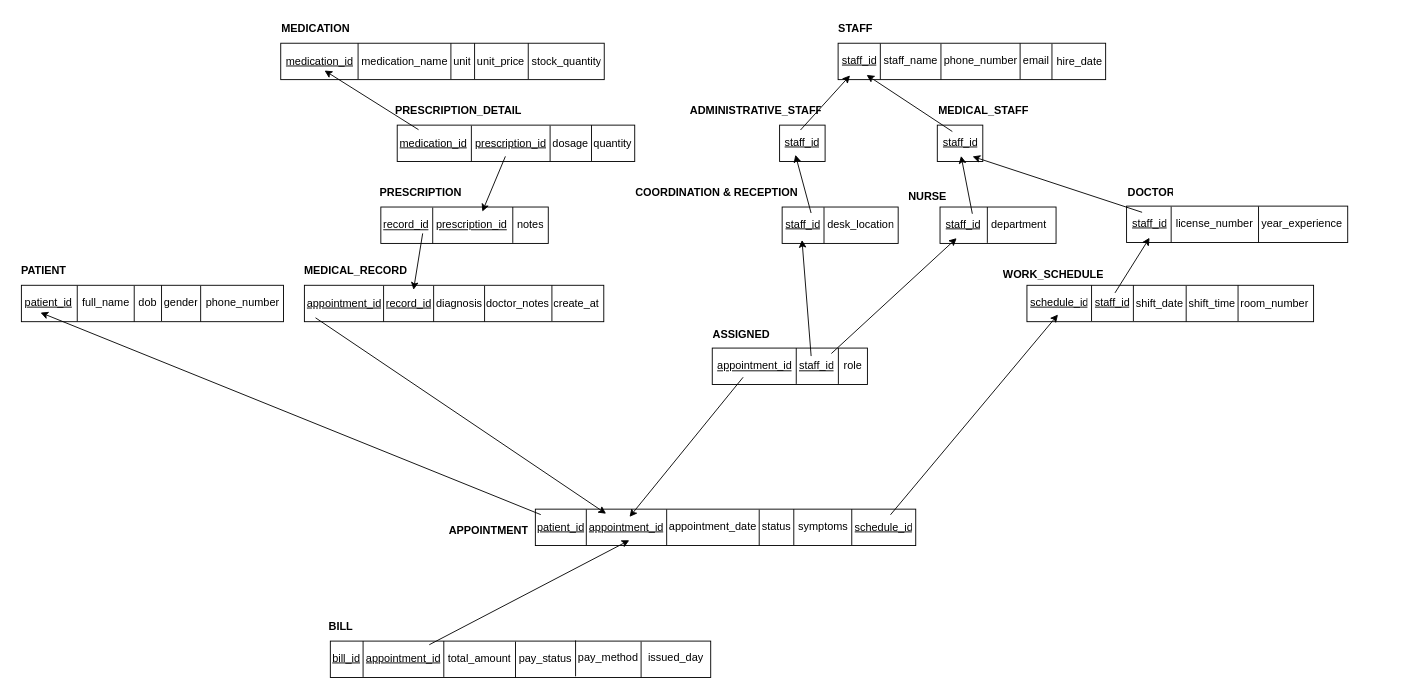
This is Telemedicine_RS.drawio from Cinzogoni/Database_Telemedicine, a draw.io file, before an edit. Source tidied: cells renumbered, new cells numbered last; positions are measured from the earlier drawing's top-left corner, leaving out a move shared by most shapes. Both pictures are drawn from the tidied source at 91%, with x=0, y=0 at pixel (15, 15).
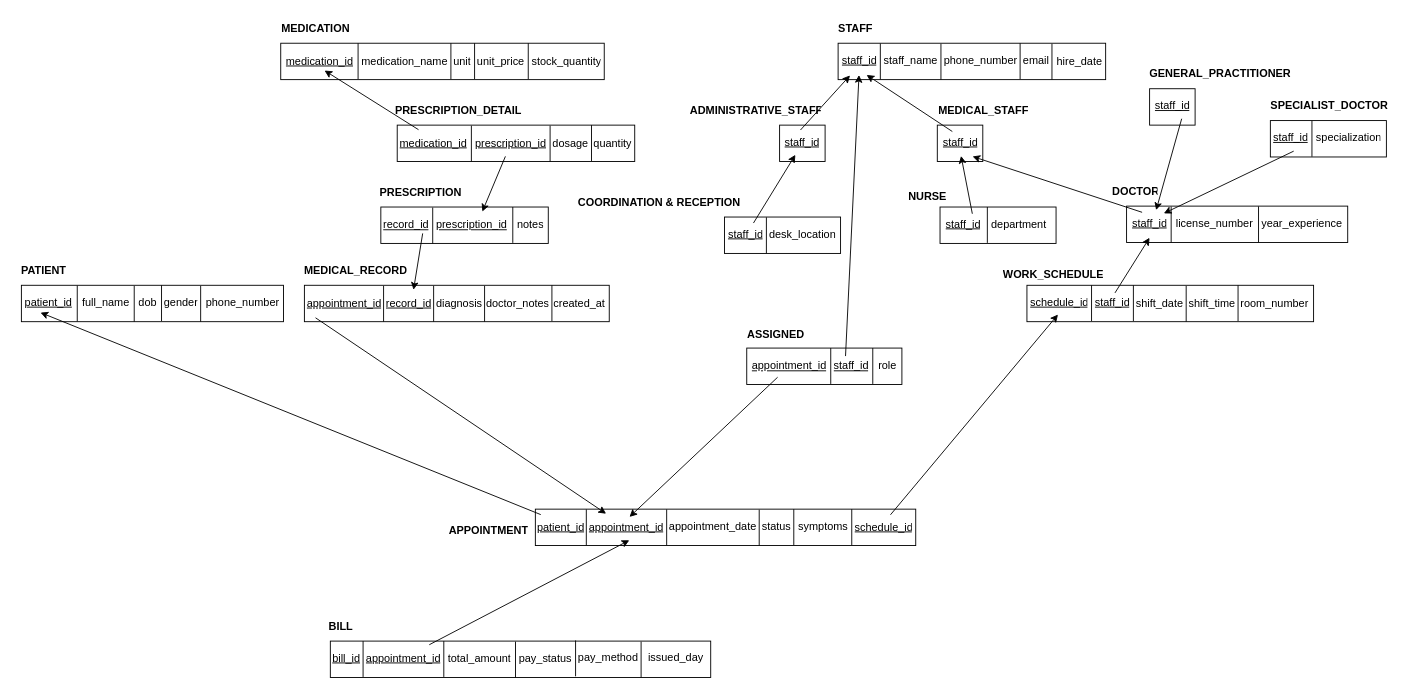
Above is the later version.

The change refers to these unchanged cells:
```xml
<mxCell id="70" value="&lt;u&gt;staff_id&lt;/u&gt;" style="text;strokeColor=none;fillColor=none;spacingLeft=4;spacingRight=4;overflow=hidden;points=[[0,0.5],[1,0.5]];portConstraint=eastwest;fontSize=12;whiteSpace=wrap;html=1;" parent="1" vertex="1">
  <mxGeometry x="901.5" y="35" width="73" height="30" as="geometry" />
</mxCell>
<mxCell id="88" value="&lt;u&gt;staff_id&lt;/u&gt;" style="text;strokeColor=none;fillColor=none;spacingLeft=4;spacingRight=4;overflow=hidden;points=[[0,0.5],[1,0.5]];portConstraint=eastwest;fontSize=12;whiteSpace=wrap;html=1;" parent="1" vertex="1">
  <mxGeometry x="1220.5" y="214" width="50" height="30" as="geometry" />
</mxCell>
<mxCell id="89" value="&lt;u&gt;staff_id&lt;/u&gt;" style="text;strokeColor=none;fillColor=none;spacingLeft=4;spacingRight=4;overflow=hidden;points=[[0,0.5],[1,0.5]];portConstraint=eastwest;fontSize=12;whiteSpace=wrap;html=1;" parent="1" vertex="1">
  <mxGeometry x="1015.5" y="215" width="50" height="30" as="geometry" />
</mxCell>
```

What changed in the source:
```diff
@@
     <mxCell id="25" style="rounded=0;whiteSpace=wrap;html=1;" parent="1" vertex="1">
-      <mxGeometry x="317" y="296" width="329" height="40" as="geometry" />
+      <mxGeometry x="317" y="296" width="335" height="40" as="geometry" />
     </mxCell>
@@
-    <mxCell id="35" value="create_at" style="text;strokeColor=none;fillColor=none;spacingLeft=4;spacingRight=4;overflow=hidden;fontSize=12;whiteSpace=wrap;html=1;strokeWidth=8;verticalAlign=middle;textShadow=0;labelBorderColor=none;" parent="1" vertex="1">
-      <mxGeometry x="585" y="301" width="61" height="30" as="geometry" />
+    <mxCell id="35" value="created_at" style="text;strokeColor=none;fillColor=none;spacingLeft=4;spacingRight=4;overflow=hidden;fontSize=12;whiteSpace=wrap;html=1;strokeWidth=8;verticalAlign=middle;textShadow=0;labelBorderColor=none;" parent="1" vertex="1">
+      <mxGeometry x="585" y="301" width="67" height="30" as="geometry" />
     </mxCell>
@@
     <mxCell id="87" value="&lt;b&gt;DOCTOR&lt;/b&gt;" style="text;strokeColor=none;fillColor=none;spacingLeft=4;spacingRight=4;overflow=hidden;fontSize=12;whiteSpace=wrap;html=1;" parent="1" vertex="1">
-      <mxGeometry x="1215.5" y="180" width="60" height="30" as="geometry" />
+      <mxGeometry x="1199" y="179" width="60" height="30" as="geometry" />
     </mxCell>
@@
     <mxCell id="97" value="&lt;b&gt;COORDINATION &amp;amp; RECEPTION&amp;nbsp;&lt;/b&gt;" style="text;strokeColor=none;fillColor=none;spacingLeft=4;spacingRight=4;overflow=hidden;fontSize=12;whiteSpace=wrap;html=1;" parent="1" vertex="1">
-      <mxGeometry x="675" y="180" width="204" height="30" as="geometry" />
+      <mxGeometry x="611.7" y="191" width="204" height="30" as="geometry" />
     </mxCell>
     <mxCell id="98" style="rounded=0;whiteSpace=wrap;html=1;" parent="1" vertex="1">
-      <mxGeometry x="842" y="210" width="127.5" height="40" as="geometry" />
+      <mxGeometry x="778.7" y="221" width="127.5" height="40" as="geometry" />
     </mxCell>
     <mxCell id="99" value="&lt;u&gt;staff_id&lt;/u&gt;" style="text;strokeColor=none;fillColor=none;spacingLeft=4;spacingRight=4;overflow=hidden;points=[[0,0.5],[1,0.5]];portConstraint=eastwest;fontSize=12;whiteSpace=wrap;html=1;" parent="1" vertex="1">
-      <mxGeometry x="840" y="215" width="50" height="30" as="geometry" />
+      <mxGeometry x="776.7" y="226" width="50" height="30" as="geometry" />
     </mxCell>
     <mxCell id="100" style="endArrow=none;html=1;rounded=0;defaultLabelBackgroundColor=page;exitX=0.377;exitY=0.008;exitDx=0;exitDy=0;entryX=0.377;entryY=0.993;entryDx=0;entryDy=0;exitPerimeter=0;entryPerimeter=0;" parent="1" edge="1">
       <mxGeometry relative="1" as="geometry">
-        <mxPoint x="888" y="210.3" as="sourcePoint" />
-        <mxPoint x="888" y="249.7" as="targetPoint" />
+        <mxPoint x="824.7" y="221.3" as="sourcePoint" />
+        <mxPoint x="824.7" y="260.7" as="targetPoint" />
       </mxGeometry>
     </mxCell>
     <mxCell id="101" value="desk_location" style="text;strokeColor=none;fillColor=none;spacingLeft=4;spacingRight=4;overflow=hidden;fontSize=12;whiteSpace=wrap;html=1;" parent="1" vertex="1">
-      <mxGeometry x="885.5" y="215" width="86" height="30" as="geometry" />
+      <mxGeometry x="822.2" y="226" width="86" height="30" as="geometry" />
     </mxCell>
@@
     <mxCell id="115" value="&lt;b&gt;ASSIGNED&lt;/b&gt;" style="text;strokeColor=none;fillColor=none;spacingLeft=4;spacingRight=4;overflow=hidden;fontSize=12;whiteSpace=wrap;html=1;" parent="1" vertex="1">
-      <mxGeometry x="760" y="336" width="73" height="30" as="geometry" />
+      <mxGeometry x="797.9" y="336" width="73" height="30" as="geometry" />
     </mxCell>
     <mxCell id="116" style="rounded=0;whiteSpace=wrap;html=1;" parent="1" vertex="1">
-      <mxGeometry x="765.2" y="365" width="170.5" height="40" as="geometry" />
+      <mxGeometry x="803.1" y="365" width="170.5" height="40" as="geometry" />
     </mxCell>
     <mxCell id="117" value="&lt;u&gt;staff_id&lt;/u&gt;" style="text;strokeColor=none;fillColor=none;spacingLeft=4;spacingRight=4;overflow=hidden;points=[[0,0.5],[1,0.5]];portConstraint=eastwest;fontSize=12;whiteSpace=wrap;html=1;" parent="1" vertex="1">
-      <mxGeometry x="854.8" y="371" width="50" height="30" as="geometry" />
+      <mxGeometry x="892.6" y="371" width="50" height="30" as="geometry" />
     </mxCell>
     <mxCell id="118" style="endArrow=none;html=1;rounded=0;defaultLabelBackgroundColor=page;exitX=0.377;exitY=0.008;exitDx=0;exitDy=0;entryX=0.377;entryY=0.993;entryDx=0;entryDy=0;exitPerimeter=0;entryPerimeter=0;" parent="1" edge="1">
       <mxGeometry relative="1" as="geometry">
-        <mxPoint x="857.5" y="365" as="sourcePoint" />
-        <mxPoint x="857.5" y="404.4" as="targetPoint" />
+        <mxPoint x="895.4" y="365" as="sourcePoint" />
+        <mxPoint x="895.4" y="404.4" as="targetPoint" />
       </mxGeometry>
     </mxCell>
     <mxCell id="119" value="&lt;u&gt;appointment_id&lt;/u&gt;" style="text;strokeColor=none;fillColor=none;spacingLeft=4;spacingRight=4;overflow=hidden;points=[[0,0.5],[1,0.5]];portConstraint=eastwest;fontSize=12;whiteSpace=wrap;html=1;strokeWidth=8;verticalAlign=middle;textShadow=0;labelBorderColor=none;" parent="1" vertex="1">
-      <mxGeometry x="765.2" y="370" width="94" height="30" as="geometry" />
+      <mxGeometry x="803.1" y="370" width="94" height="30" as="geometry" />
     </mxCell>
     <mxCell id="120" style="endArrow=none;html=1;rounded=0;defaultLabelBackgroundColor=page;exitX=0.377;exitY=0.008;exitDx=0;exitDy=0;entryX=0.377;entryY=0.993;entryDx=0;entryDy=0;exitPerimeter=0;entryPerimeter=0;" parent="1" edge="1">
       <mxGeometry relative="1" as="geometry">
-        <mxPoint x="903.8" y="365" as="sourcePoint" />
-        <mxPoint x="903.8" y="404.4" as="targetPoint" />
+        <mxPoint x="941.6" y="365" as="sourcePoint" />
+        <mxPoint x="941.6" y="404.4" as="targetPoint" />
       </mxGeometry>
     </mxCell>
     <mxCell id="121" value="role" style="text;strokeColor=none;fillColor=none;spacingLeft=4;spacingRight=4;overflow=hidden;fontSize=12;whiteSpace=wrap;html=1;" parent="1" vertex="1">
-      <mxGeometry x="903.8" y="370" width="35" height="30" as="geometry" />
+      <mxGeometry x="941.6" y="370" width="35" height="30" as="geometry" />
     </mxCell>
@@
-    <mxCell id="126" style="endArrow=none;html=1;rounded=0;defaultLabelBackgroundColor=page;exitX=0.476;exitY=1.04;exitDx=0;exitDy=0;exitPerimeter=0;entryX=0.381;entryY=0.093;entryDx=0;entryDy=0;entryPerimeter=0;startArrow=classic;startFill=1;" parent="1" edge="1" source="99" target="117">
+    <mxCell id="126" style="endArrow=none;html=1;rounded=0;defaultLabelBackgroundColor=page;exitX=0.342;exitY=0.997;exitDx=0;exitDy=0;exitPerimeter=0;entryX=0.381;entryY=0.093;entryDx=0;entryDy=0;entryPerimeter=0;startArrow=classic;startFill=1;" parent="1" edge="1" source="70" target="117">
       <mxGeometry relative="1" as="geometry" />
     </mxCell>
-    <mxCell id="127" style="endArrow=none;html=1;rounded=0;defaultLabelBackgroundColor=page;exitX=0.366;exitY=0.973;exitDx=0;exitDy=0;exitPerimeter=0;startArrow=classic;startFill=1;" parent="1" edge="1" source="89" target="117">
-      <mxGeometry relative="1" as="geometry" />
-    </mxCell>
@@
+    <mxCell id="145" value="&lt;b&gt;GENERAL_PRACTITIONER&lt;/b&gt;" style="text;strokeColor=none;fillColor=none;spacingLeft=4;spacingRight=4;overflow=hidden;fontSize=12;whiteSpace=wrap;html=1;" parent="1" vertex="1">
+      <mxGeometry x="1240.2" y="50" width="170.5" height="30" as="geometry" />
+    </mxCell>
+    <mxCell id="146" style="rounded=0;whiteSpace=wrap;html=1;" parent="1" vertex="1">
+      <mxGeometry x="1245.8" y="80" width="50" height="40" as="geometry" />
+    </mxCell>
+    <mxCell id="147" value="&lt;b&gt;SPECIALIST_DOCTOR&lt;/b&gt;" style="text;strokeColor=none;fillColor=none;spacingLeft=4;spacingRight=4;overflow=hidden;fontSize=12;whiteSpace=wrap;html=1;" parent="1" vertex="1">
+      <mxGeometry x="1373" y="85" width="142" height="30" as="geometry" />
+    </mxCell>
+    <mxCell id="148" style="rounded=0;whiteSpace=wrap;html=1;" parent="1" vertex="1">
+      <mxGeometry x="1378.5" y="115" width="127.5" height="40" as="geometry" />
+    </mxCell>
+    <mxCell id="149" value="&lt;u&gt;staff_id&lt;/u&gt;" style="text;strokeColor=none;fillColor=none;spacingLeft=4;spacingRight=4;overflow=hidden;points=[[0,0.5],[1,0.5]];portConstraint=eastwest;fontSize=12;whiteSpace=wrap;html=1;" parent="1" vertex="1">
+      <mxGeometry x="1245.8" y="85" width="50" height="30" as="geometry" />
+    </mxCell>
+    <mxCell id="150" value="&lt;u&gt;staff_id&lt;/u&gt;" style="text;strokeColor=none;fillColor=none;spacingLeft=4;spacingRight=4;overflow=hidden;points=[[0,0.5],[1,0.5]];portConstraint=eastwest;fontSize=12;whiteSpace=wrap;html=1;" parent="1" vertex="1">
+      <mxGeometry x="1376.2" y="120" width="50" height="30" as="geometry" />
+    </mxCell>
+    <mxCell id="151" style="endArrow=none;html=1;rounded=0;defaultLabelBackgroundColor=page;exitX=0.377;exitY=0.008;exitDx=0;exitDy=0;entryX=0.377;entryY=0.993;entryDx=0;entryDy=0;exitPerimeter=0;entryPerimeter=0;" parent="1" edge="1">
+      <mxGeometry relative="1" as="geometry">
+        <mxPoint x="1424.2" y="115.3" as="sourcePoint" />
+        <mxPoint x="1424.2" y="154.7" as="targetPoint" />
+      </mxGeometry>
+    </mxCell>
+    <mxCell id="152" value="specialization" style="text;strokeColor=none;fillColor=none;spacingLeft=4;spacingRight=4;overflow=hidden;fontSize=12;whiteSpace=wrap;html=1;" parent="1" vertex="1">
+      <mxGeometry x="1422.5" y="120" width="80.5" height="30" as="geometry" />
+    </mxCell>
+    <mxCell id="153" style="endArrow=none;html=1;rounded=0;defaultLabelBackgroundColor=page;entryX=0.705;entryY=0.933;entryDx=0;entryDy=0;entryPerimeter=0;exitX=0.65;exitY=-0.02;exitDx=0;exitDy=0;exitPerimeter=0;endFill=0;startArrow=classic;startFill=1;" parent="1" edge="1" source="88" target="149">
+      <mxGeometry relative="1" as="geometry" />
+    </mxCell>
+    <mxCell id="154" style="endArrow=none;html=1;rounded=0;defaultLabelBackgroundColor=page;entryX=0.559;entryY=0.953;entryDx=0;entryDy=0;entryPerimeter=0;exitX=0.818;exitY=0.1;exitDx=0;exitDy=0;exitPerimeter=0;endFill=0;startArrow=classic;startFill=1;" parent="1" edge="1" source="88" target="150">
+      <mxGeometry relative="1" as="geometry" />
+    </mxCell>
```
